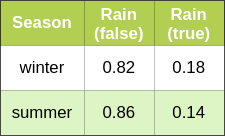
Above: doc/cpd_rain_given_season.svg in fkeidel/BayesNet (draw.io), before the change. Source tidied: cells renumbered, new cells last; positions are measured from the earlier drawing's top-left corner, leaving out a move shared by most shapes. Source of this version:
```xml
<mxGraphModel>
  <root>
    <mxCell id="0" />
    <mxCell id="1" parent="0" />
    <mxCell id="2" style="shape=table;html=1;whiteSpace=wrap;startSize=0;rounded=0;shadow=0;glass=0;sketch=0;gradientColor=none;swimlaneFillColor=none;" parent="1" vertex="1">
      <mxGeometry width="160" height="96" as="geometry" />
    </mxCell>
    <mxCell id="3" style="shape=partialRectangle;html=1;whiteSpace=wrap;fillColor=none;top=0;left=0;bottom=0;right=0;fontStyle=1;" parent="2" vertex="1">
      <mxGeometry width="160" height="32" as="geometry" />
    </mxCell>
    <mxCell id="4" value="Season" style="shape=partialRectangle;html=1;whiteSpace=wrap;top=0;left=0;bottom=0;right=0;overflow=hidden;strokeColor=#36393d;fontStyle=1;fontColor=#FFFFFF;fillColor=#B2CF51;" parent="3" vertex="1">
      <mxGeometry width="60" height="32" as="geometry" />
    </mxCell>
    <mxCell id="5" value="Rain&lt;br&gt;(false)" style="shape=partialRectangle;html=1;whiteSpace=wrap;top=0;left=0;bottom=0;right=0;overflow=hidden;strokeColor=#36393d;fontStyle=1;fontColor=#FFFFFF;fillColor=#B2CF51;" parent="3" vertex="1">
      <mxGeometry x="60" width="50" height="32" as="geometry" />
    </mxCell>
    <mxCell id="6" value="Rain&lt;br&gt;(true)" style="shape=partialRectangle;html=1;whiteSpace=wrap;top=0;left=0;bottom=0;right=0;overflow=hidden;strokeColor=#36393d;fontStyle=1;fontColor=#FFFFFF;fillColor=#B2CF51;" parent="3" vertex="1">
      <mxGeometry x="110" width="50" height="32" as="geometry" />
    </mxCell>
    <mxCell id="7" style="shape=partialRectangle;html=1;whiteSpace=wrap;fillColor=none;top=0;left=0;bottom=0;right=0;" parent="2" vertex="1">
      <mxGeometry y="32" width="160" height="32" as="geometry" />
    </mxCell>
    <mxCell id="8" value="winter" style="shape=partialRectangle;html=1;whiteSpace=wrap;top=0;left=0;bottom=0;right=0;overflow=hidden;" parent="7" vertex="1">
      <mxGeometry width="60" height="32" as="geometry" />
    </mxCell>
    <mxCell id="9" value="0.82" style="shape=partialRectangle;html=1;whiteSpace=wrap;top=0;left=0;bottom=0;right=0;overflow=hidden;" parent="7" vertex="1">
      <mxGeometry x="60" width="50" height="32" as="geometry" />
    </mxCell>
    <mxCell id="10" value="0.18" style="shape=partialRectangle;html=1;whiteSpace=wrap;top=0;left=0;bottom=0;right=0;overflow=hidden;" parent="7" vertex="1">
      <mxGeometry x="110" width="50" height="32" as="geometry" />
    </mxCell>
    <mxCell id="11" style="shape=partialRectangle;html=1;whiteSpace=wrap;fillColor=none;top=0;left=0;bottom=0;right=0;" parent="2" vertex="1">
      <mxGeometry y="64" width="160" height="32" as="geometry" />
    </mxCell>
    <mxCell id="12" value="summer" style="shape=partialRectangle;html=1;whiteSpace=wrap;top=0;left=0;bottom=0;right=0;overflow=hidden;strokeColor=#36393d;fillColor=#DDF5C4;" parent="11" vertex="1">
      <mxGeometry width="60" height="32" as="geometry" />
    </mxCell>
    <mxCell id="13" value="0.86" style="shape=partialRectangle;html=1;whiteSpace=wrap;top=0;left=0;bottom=0;right=0;overflow=hidden;strokeColor=#36393d;fillColor=#DDF5C4;" parent="11" vertex="1">
      <mxGeometry x="60" width="50" height="32" as="geometry" />
    </mxCell>
    <mxCell id="14" value="0.14" style="shape=partialRectangle;html=1;whiteSpace=wrap;top=0;left=0;bottom=0;right=0;overflow=hidden;strokeColor=#36393d;fillColor=#DDF5C4;" parent="11" vertex="1">
      <mxGeometry x="110" width="50" height="32" as="geometry" />
    </mxCell>
  </root>
</mxGraphModel>
```
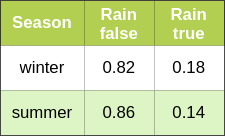
Above is the later version.

The edit, as a diff of the source:
```diff
@@ -11,10 +11,10 @@
     <mxCell id="4" value="Season" style="shape=partialRectangle;html=1;whiteSpace=wrap;top=0;left=0;bottom=0;right=0;overflow=hidden;strokeColor=#36393d;fontStyle=1;fontColor=#FFFFFF;fillColor=#B2CF51;" parent="3" vertex="1">
       <mxGeometry width="60" height="32" as="geometry" />
     </mxCell>
-    <mxCell id="5" value="Rain&lt;br&gt;(false)" style="shape=partialRectangle;html=1;whiteSpace=wrap;top=0;left=0;bottom=0;right=0;overflow=hidden;strokeColor=#36393d;fontStyle=1;fontColor=#FFFFFF;fillColor=#B2CF51;" parent="3" vertex="1">
+    <mxCell id="5" value="Rain&lt;br&gt;false" style="shape=partialRectangle;html=1;whiteSpace=wrap;top=0;left=0;bottom=0;right=0;overflow=hidden;strokeColor=#36393d;fontStyle=1;fontColor=#FFFFFF;fillColor=#B2CF51;" parent="3" vertex="1">
       <mxGeometry x="60" width="50" height="32" as="geometry" />
     </mxCell>
-    <mxCell id="6" value="Rain&lt;br&gt;(true)" style="shape=partialRectangle;html=1;whiteSpace=wrap;top=0;left=0;bottom=0;right=0;overflow=hidden;strokeColor=#36393d;fontStyle=1;fontColor=#FFFFFF;fillColor=#B2CF51;" parent="3" vertex="1">
+    <mxCell id="6" value="Rain&lt;br&gt;true" style="shape=partialRectangle;html=1;whiteSpace=wrap;top=0;left=0;bottom=0;right=0;overflow=hidden;strokeColor=#36393d;fontStyle=1;fontColor=#FFFFFF;fillColor=#B2CF51;" parent="3" vertex="1">
       <mxGeometry x="110" width="50" height="32" as="geometry" />
     </mxCell>
     <mxCell id="7" style="shape=partialRectangle;html=1;whiteSpace=wrap;fillColor=none;top=0;left=0;bottom=0;right=0;" parent="2" vertex="1">
```
